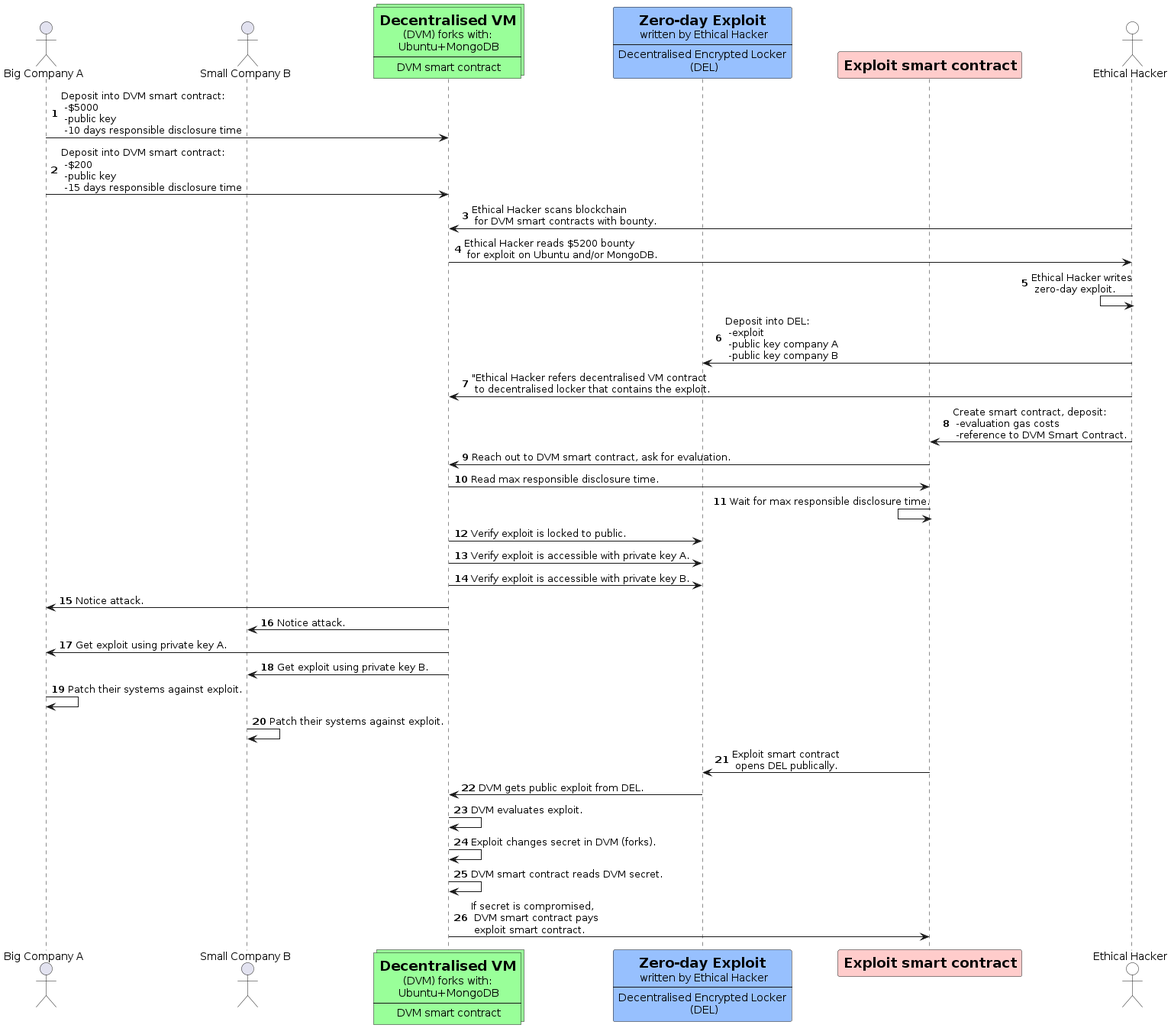
Before: Whitepaper/src/export_data/Diagrams/Static_diagrams/interaction.png, a diagram exported from PlantUML (TruSec/TruSec-whitepaper).
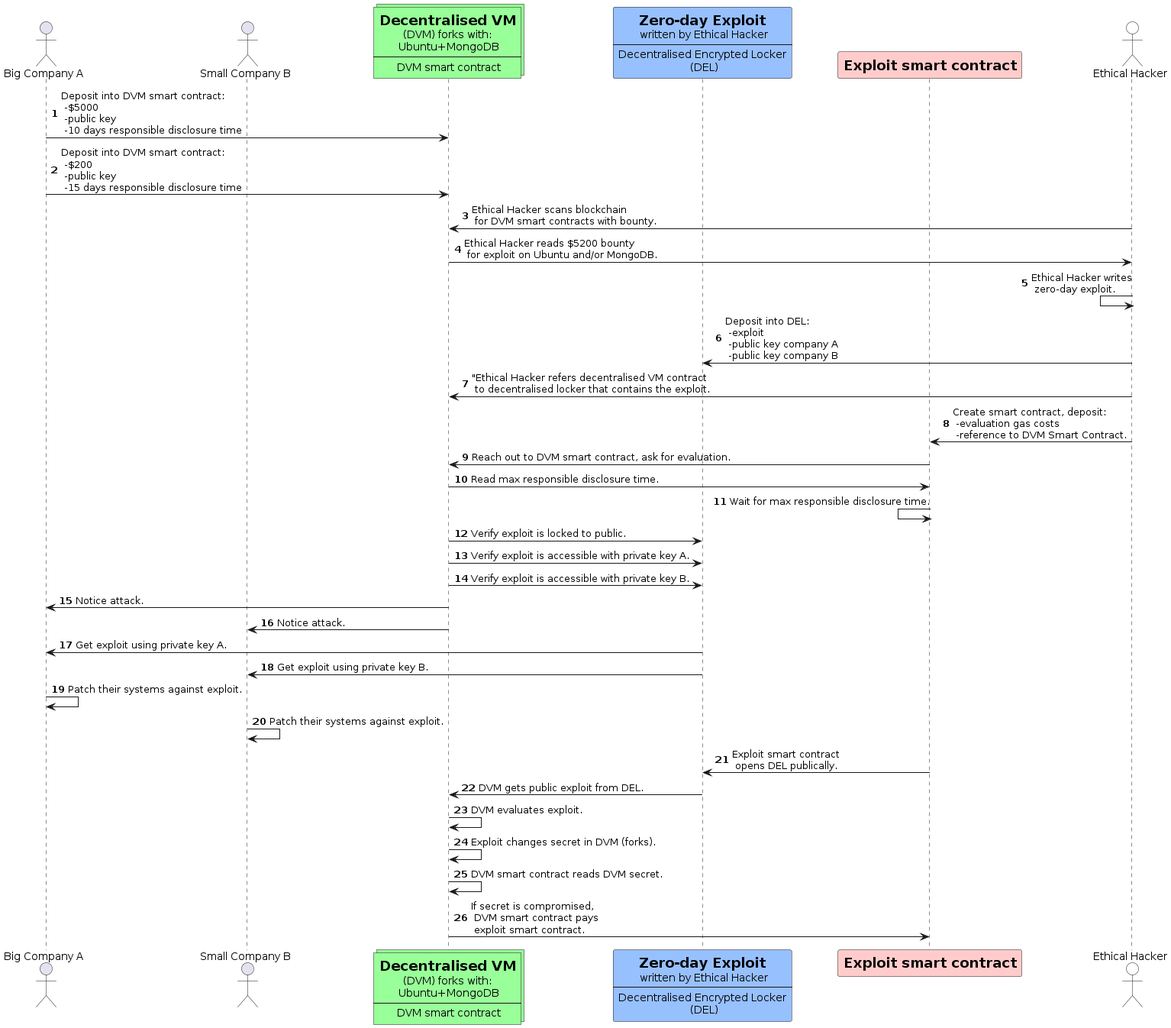
The same diagram one commit later.

Diff of the diagram source:
```diff
@@ -28,8 +28,8 @@
 
 "DVM"->"Big Company A": Notice attack.
 "DVM"->"Small Company B": Notice attack.
-"DVM"->"Big Company A": Get exploit using private key A.
-"DVM"->"Small Company B": Get exploit using private key B.
+"DEL"->"Big Company A": Get exploit using private key A.
+"DEL"->"Small Company B": Get exploit using private key B.
 "Big Company A"->"Big Company A": Patch their systems against exploit.
 "Small Company B"->"Small Company B": Patch their systems against exploit.
 
```
